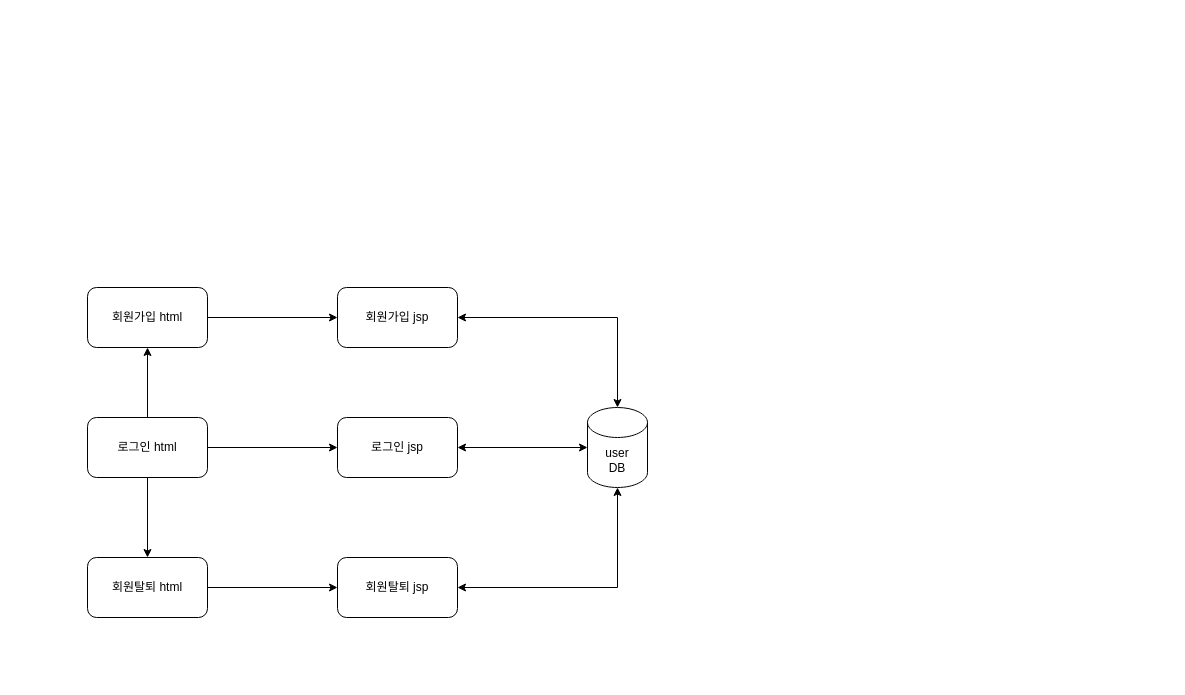
The draw.io diagram 제목 없는 다이어그램.drawio in SEDO11/Diagram, before the edit. Source tidied: cells renumbered, new cells numbered last; positions are measured from the earlier drawing's top-left corner, leaving out a move shared by most shapes. Both pictures are drawn from the tidied source at 100%, with x=0, y=0 at pixel (87, 287).
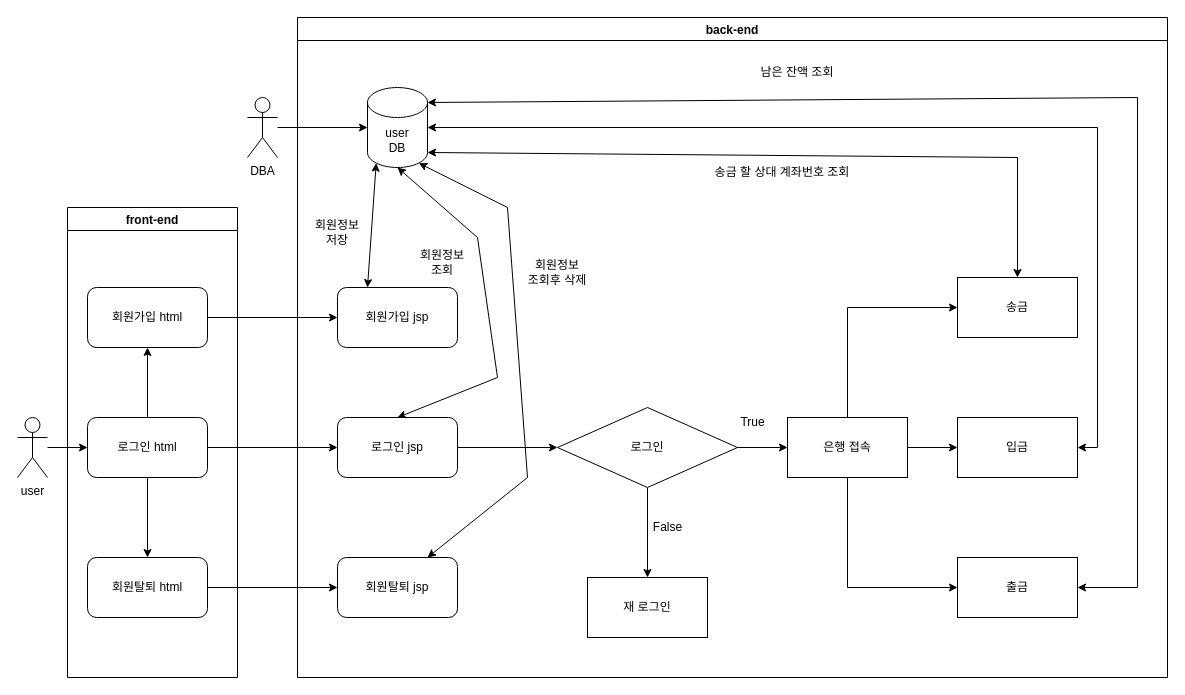
The same page after the edit.

Commit message:
bank_jsp

The change refers to these unchanged cells:
```xml
<mxCell id="6" value="회원가입 jsp" style="rounded=1;whiteSpace=wrap;html=1;" parent="1" vertex="1">
  <mxGeometry x="250" width="120" height="60" as="geometry" />
</mxCell>
<mxCell id="7" value="회원탈퇴 jsp" style="rounded=1;whiteSpace=wrap;html=1;" parent="1" vertex="1">
  <mxGeometry x="250" y="270" width="120" height="60" as="geometry" />
</mxCell>
<mxCell id="8" value="로그인 jsp" style="rounded=1;whiteSpace=wrap;html=1;" parent="1" vertex="1">
  <mxGeometry x="250" y="130" width="120" height="60" as="geometry" />
</mxCell>
<mxCell id="12" value="로그인 html" style="rounded=1;whiteSpace=wrap;html=1;" parent="1" vertex="1">
  <mxGeometry y="130" width="120" height="60" as="geometry" />
</mxCell>
```

The edit, as a diff of the source:
```diff
@@
+    <mxCell id="17" style="edgeStyle=orthogonalEdgeStyle;rounded=0;jettySize=auto;html=1;exitX=1;exitY=0.5;exitDx=0;exitDy=0;entryX=0;entryY=0.5;entryDx=0;entryDy=0;" parent="1" edge="1" source="8" target="21">
+      <mxGeometry relative="1" as="geometry" />
+    </mxCell>
@@
     <mxCell id="13" value="user&lt;br&gt;DB" style="shape=cylinder3;whiteSpace=wrap;html=1;boundedLbl=1;backgroundOutline=1;size=15;" parent="1" vertex="1">
-      <mxGeometry x="500" y="120" width="60" height="80" as="geometry" />
+      <mxGeometry x="280" y="-200" width="60" height="80" as="geometry" />
     </mxCell>
-    <mxCell id="14" style="endArrow=classic;startArrow=classic;html=1;rounded=0;exitX=0.5;exitY=0;exitDx=0;exitDy=0;exitPerimeter=0;entryX=1;entryY=0.5;entryDx=0;entryDy=0;" parent="1" edge="1" source="13" target="6">
-      <mxGeometry relative="1" as="geometry">
-        <Array as="points">
-          <mxPoint x="530" y="30" />
-        </Array>
-      </mxGeometry>
+    <mxCell id="14" style="endArrow=classic;startArrow=classic;html=1;rounded=0;entryX=0.25;entryY=0;entryDx=0;entryDy=0;exitX=0.145;exitY=1;exitDx=0;exitDy=-4.35;exitPerimeter=0;" parent="1" edge="1" source="13" target="6">
+      <mxGeometry relative="1" as="geometry" />
     </mxCell>
-    <mxCell id="15" style="endArrow=classic;startArrow=classic;html=1;rounded=0;exitX=0.5;exitY=1;exitDx=0;exitDy=0;exitPerimeter=0;entryX=1;entryY=0.5;entryDx=0;entryDy=0;" parent="1" edge="1" source="13" target="7">
-      <mxGeometry relative="1" as="geometry">
-        <Array as="points">
-          <mxPoint x="530" y="300" />
-        </Array>
-      </mxGeometry>
-    </mxCell>
-    <mxCell id="16" style="endArrow=classic;startArrow=classic;html=1;rounded=0;exitX=1;exitY=0.5;exitDx=0;exitDy=0;entryX=0;entryY=0.5;entryDx=0;entryDy=0;entryPerimeter=0;" parent="1" edge="1" source="8" target="13">
-      <mxGeometry relative="1" as="geometry" />
+    <mxCell id="16" style="endArrow=classic;startArrow=classic;html=1;rounded=0;exitX=0.5;exitY=0;exitDx=0;exitDy=0;entryX=0.5;entryY=1;entryDx=0;entryDy=0;entryPerimeter=0;" parent="1" edge="1" source="8" target="13">
+      <mxGeometry relative="1" as="geometry">
+        <Array as="points">
+          <mxPoint x="410" y="90" />
+          <mxPoint x="390" y="-50" />
+        </Array>
+      </mxGeometry>
     </mxCell>
+    <mxCell id="18" style="endArrow=classic;startArrow=classic;html=1;rounded=0;exitX=0.75;exitY=0;exitDx=0;exitDy=0;entryX=0.855;entryY=1;entryDx=0;entryDy=-4.35;entryPerimeter=0;" parent="1" edge="1" source="7" target="13">
+      <mxGeometry relative="1" as="geometry">
+        <Array as="points">
+          <mxPoint x="440" y="190" />
+          <mxPoint x="420" y="-80" />
+        </Array>
+      </mxGeometry>
+    </mxCell>
+    <mxCell id="19" style="edgeStyle=orthogonalEdgeStyle;rounded=0;jettySize=auto;html=1;" parent="1" edge="1" source="21" target="27">
+      <mxGeometry relative="1" as="geometry" />
+    </mxCell>
+    <mxCell id="20" style="edgeStyle=orthogonalEdgeStyle;rounded=0;jettySize=auto;html=1;" parent="1" edge="1" source="21" target="25">
+      <mxGeometry relative="1" as="geometry" />
+    </mxCell>
+    <mxCell id="21" value="로그인" style="rhombus;whiteSpace=wrap;html=1;" parent="1" vertex="1">
+      <mxGeometry x="470" y="120" width="180" height="80" as="geometry" />
+    </mxCell>
+    <mxCell id="22" style="edgeStyle=orthogonalEdgeStyle;rounded=0;jettySize=auto;html=1;exitX=0.5;exitY=1;exitDx=0;exitDy=0;entryX=0;entryY=0.5;entryDx=0;entryDy=0;" parent="1" edge="1" source="25" target="31">
+      <mxGeometry relative="1" as="geometry" />
+    </mxCell>
+    <mxCell id="23" style="edgeStyle=orthogonalEdgeStyle;rounded=0;jettySize=auto;html=1;exitX=0.5;exitY=0;exitDx=0;exitDy=0;entryX=0;entryY=0.5;entryDx=0;entryDy=0;" parent="1" edge="1" source="25" target="29">
+      <mxGeometry relative="1" as="geometry" />
+    </mxCell>
+    <mxCell id="24" style="edgeStyle=orthogonalEdgeStyle;rounded=0;jettySize=auto;html=1;" parent="1" edge="1" source="25" target="30">
+      <mxGeometry relative="1" as="geometry" />
+    </mxCell>
+    <mxCell id="25" value="은행 접속" style="whiteSpace=wrap;html=1;" parent="1" vertex="1">
+      <mxGeometry x="700" y="130" width="120" height="60" as="geometry" />
+    </mxCell>
+    <mxCell id="26" value="True" style="text;html=1;align=center;verticalAlign=middle;strokeColor=none;fillColor=none;" parent="1" vertex="1">
+      <mxGeometry x="640" y="120" width="50" height="30" as="geometry" />
+    </mxCell>
+    <mxCell id="27" value="재 로그인" style="whiteSpace=wrap;html=1;" parent="1" vertex="1">
+      <mxGeometry x="500" y="290" width="120" height="60" as="geometry" />
+    </mxCell>
+    <mxCell id="28" value="False" style="text;html=1;align=center;verticalAlign=middle;strokeColor=none;fillColor=none;" parent="1" vertex="1">
+      <mxGeometry x="555" y="225" width="50" height="30" as="geometry" />
+    </mxCell>
+    <mxCell id="29" value="송금" style="rounded=0;whiteSpace=wrap;html=1;" parent="1" vertex="1">
+      <mxGeometry x="870" y="-10" width="120" height="60" as="geometry" />
+    </mxCell>
+    <mxCell id="30" value="입금" style="rounded=0;whiteSpace=wrap;html=1;" parent="1" vertex="1">
+      <mxGeometry x="870" y="130" width="120" height="60" as="geometry" />
+    </mxCell>
+    <mxCell id="31" value="출금" style="rounded=0;whiteSpace=wrap;html=1;" parent="1" vertex="1">
+      <mxGeometry x="870" y="270" width="120" height="60" as="geometry" />
+    </mxCell>
+    <mxCell id="32" style="endArrow=classic;startArrow=classic;html=1;rounded=0;exitX=1;exitY=1;exitDx=0;exitDy=-15;exitPerimeter=0;" parent="1" edge="1" source="13">
+      <mxGeometry relative="1" as="geometry">
+        <mxPoint x="930" y="-10" as="targetPoint" />
+        <Array as="points">
+          <mxPoint x="930" y="-130" />
+        </Array>
+      </mxGeometry>
+    </mxCell>
+    <mxCell id="33" style="endArrow=classic;startArrow=classic;html=1;rounded=0;entryX=1;entryY=0.5;entryDx=0;entryDy=0;exitX=1;exitY=0.5;exitDx=0;exitDy=0;exitPerimeter=0;" parent="1" edge="1" source="13" target="30">
+      <mxGeometry relative="1" as="geometry">
+        <Array as="points">
+          <mxPoint x="1010" y="-160" />
+          <mxPoint x="1010" y="160" />
+        </Array>
+      </mxGeometry>
+    </mxCell>
+    <mxCell id="34" style="endArrow=classic;startArrow=classic;html=1;rounded=0;entryX=1;entryY=0.5;entryDx=0;entryDy=0;exitX=1;exitY=0;exitDx=0;exitDy=15;exitPerimeter=0;" parent="1" edge="1" source="13" target="31">
+      <mxGeometry relative="1" as="geometry">
+        <Array as="points">
+          <mxPoint x="1050" y="-190" />
+          <mxPoint x="1050" y="300" />
+        </Array>
+      </mxGeometry>
+    </mxCell>
+    <mxCell id="35" value="송금 할 상대 계좌번호 조회" style="text;html=1;strokeColor=none;fillColor=none;align=center;verticalAlign=middle;whiteSpace=wrap;rounded=0;" parent="1" vertex="1">
+      <mxGeometry x="605" y="-130" width="180" height="30" as="geometry" />
+    </mxCell>
+    <mxCell id="36" value="남은 잔액 조회" style="text;html=1;strokeColor=none;fillColor=none;align=center;verticalAlign=middle;whiteSpace=wrap;rounded=0;" parent="1" vertex="1">
+      <mxGeometry x="620" y="-230" width="180" height="30" as="geometry" />
+    </mxCell>
+    <mxCell id="37" style="edgeStyle=orthogonalEdgeStyle;rounded=0;jettySize=auto;html=1;" parent="1" edge="1" source="38" target="13">
+      <mxGeometry relative="1" as="geometry" />
+    </mxCell>
+    <mxCell id="38" value="DBA" style="shape=umlActor;verticalLabelPosition=bottom;verticalAlign=top;html=1;outlineConnect=0;" parent="1" vertex="1">
+      <mxGeometry x="160" y="-190" width="30" height="60" as="geometry" />
+    </mxCell>
+    <mxCell id="39" style="edgeStyle=orthogonalEdgeStyle;rounded=0;jettySize=auto;html=1;" parent="1" edge="1" source="40" target="12">
+      <mxGeometry relative="1" as="geometry" />
+    </mxCell>
+    <mxCell id="40" value="user" style="shape=umlActor;verticalLabelPosition=bottom;verticalAlign=top;html=1;outlineConnect=0;" parent="1" vertex="1">
+      <mxGeometry x="-70" y="130" width="30" height="60" as="geometry" />
+    </mxCell>
+    <mxCell id="41" value="회원정보&lt;br&gt;저장" style="text;html=1;strokeColor=none;fillColor=none;align=center;verticalAlign=middle;whiteSpace=wrap;rounded=0;" parent="1" vertex="1">
+      <mxGeometry x="220" y="-70" width="60" height="30" as="geometry" />
+    </mxCell>
+    <mxCell id="42" value="회원정보&lt;br&gt;조회" style="text;html=1;strokeColor=none;fillColor=none;align=center;verticalAlign=middle;whiteSpace=wrap;rounded=0;" parent="1" vertex="1">
+      <mxGeometry x="325" y="-40" width="60" height="30" as="geometry" />
+    </mxCell>
+    <mxCell id="43" value="회원정보&lt;br&gt;조회후 삭제" style="text;html=1;strokeColor=none;fillColor=none;align=center;verticalAlign=middle;whiteSpace=wrap;rounded=0;" parent="1" vertex="1">
+      <mxGeometry x="430" y="-30" width="80" height="30" as="geometry" />
+    </mxCell>
+    <mxCell id="44" value="front-end" style="swimlane;" parent="1" vertex="1">
+      <mxGeometry x="-20" y="-80" width="170" height="470" as="geometry" />
+    </mxCell>
+    <mxCell id="45" value="back-end" style="swimlane;" parent="1" vertex="1">
+      <mxGeometry x="210" y="-270" width="870" height="660" as="geometry" />
+    </mxCell>
```
